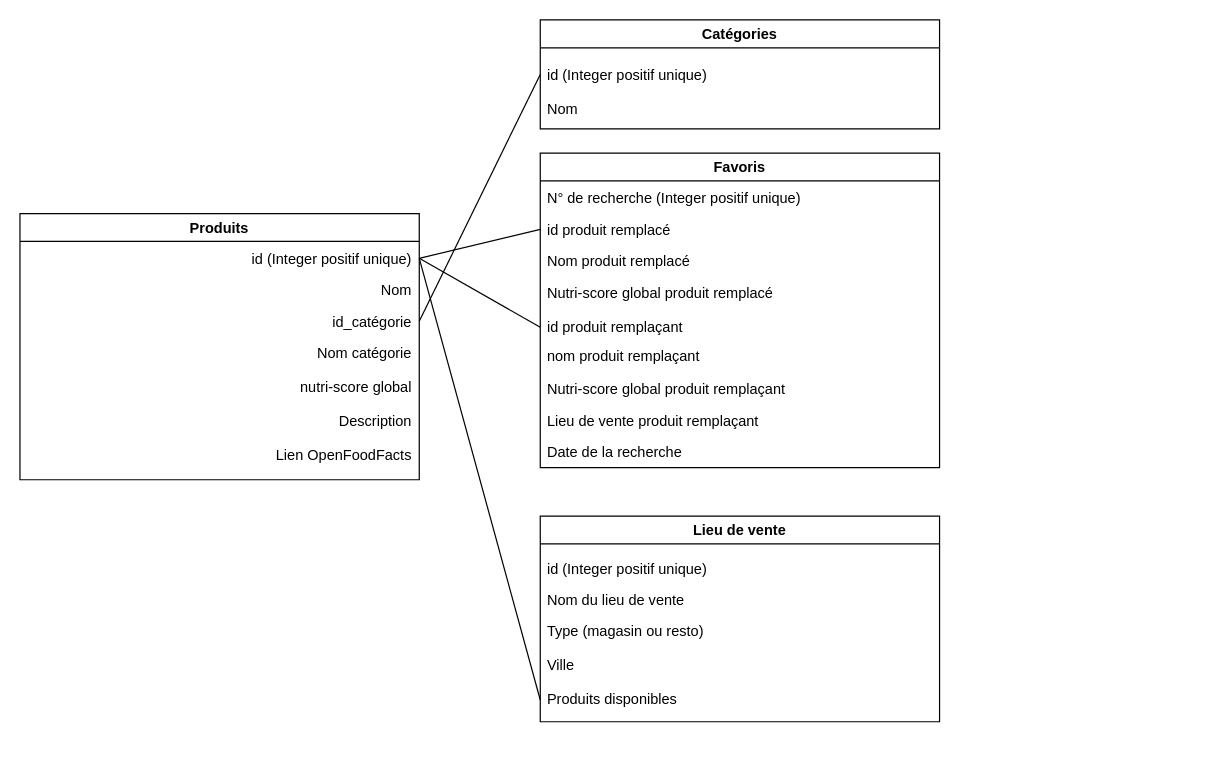
Earlier version of the draw.io diagram OrgaBDD.drawio (vicsim181/Pur_Beurre). Source tidied: cells renumbered, new cells numbered last; positions are measured from the earlier drawing's top-left corner, leaving out a move shared by most shapes. Both pictures are drawn from the tidied source at 121%, with x=0, y=0 at pixel (19, 19).
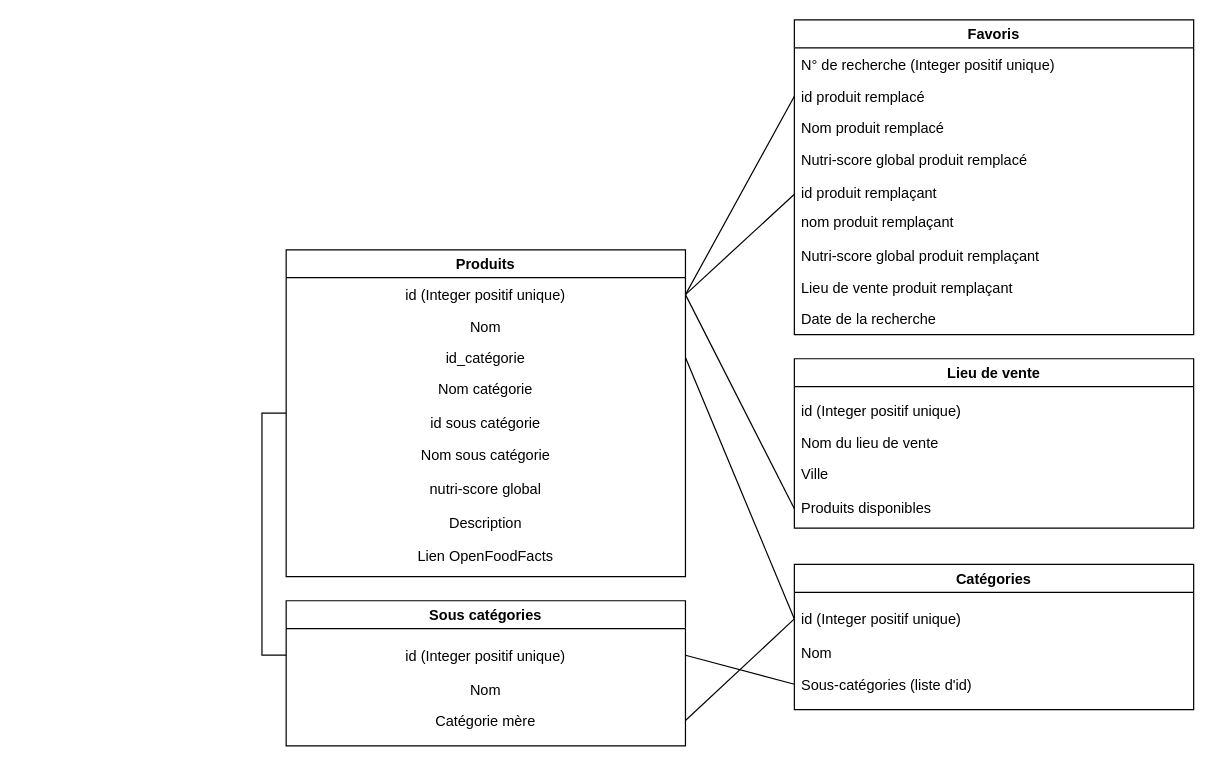
Above is the later version.

Unchanged cells that the change refers to:
```xml
<mxCell id="12" value="id (Integer positif unique)" style="text;strokeColor=none;fillColor=none;align=left;verticalAlign=top;spacingLeft=4;spacingRight=4;overflow=hidden;points=[[0,0.5],[1,0.5]];portConstraint=eastwest;" parent="10" vertex="1">
  <mxGeometry y="32" width="330" height="26" as="geometry" />
</mxCell>
```

Diff of the diagram source:
```diff
@@
     <mxCell id="2" value="Produits" style="swimlane;" parent="1" vertex="1">
-      <mxGeometry y="160" width="330" height="220" as="geometry" />
+      <mxGeometry x="220" y="190" width="330" height="270" as="geometry" />
     </mxCell>
-    <mxCell id="3" value="Nom" style="text;strokeColor=none;fillColor=none;align=right;verticalAlign=top;spacingLeft=4;spacingRight=4;overflow=hidden;" parent="2" vertex="1">
+    <mxCell id="3" value="Nom" style="text;strokeColor=none;fillColor=none;align=center;verticalAlign=top;spacingLeft=4;spacingRight=4;overflow=hidden;" parent="2" vertex="1">
       <mxGeometry y="50" width="330" height="26" as="geometry" />
     </mxCell>
-    <mxCell id="4" value="id_catégorie" style="text;strokeColor=none;fillColor=none;align=right;verticalAlign=top;spacingLeft=4;spacingRight=4;overflow=hidden;points=[[0,0.5],[1,0.5]];portConstraint=eastwest;" parent="2" vertex="1">
+    <mxCell id="4" value="id_catégorie" style="text;strokeColor=none;fillColor=none;align=center;verticalAlign=top;spacingLeft=4;spacingRight=4;overflow=hidden;points=[[0,0.5],[1,0.5]];portConstraint=eastwest;" parent="2" vertex="1">
       <mxGeometry y="76" width="330" height="26" as="geometry" />
     </mxCell>
-    <mxCell id="5" value="nutri-score global" style="text;strokeColor=none;fillColor=none;align=right;verticalAlign=top;spacingLeft=4;spacingRight=4;overflow=hidden;" parent="2" vertex="1">
-      <mxGeometry y="130" width="330" height="28" as="geometry" />
+    <mxCell id="5" value="nutri-score global" style="text;strokeColor=none;fillColor=none;align=center;verticalAlign=top;spacingLeft=4;spacingRight=4;overflow=hidden;" parent="2" vertex="1">
+      <mxGeometry y="184" width="330" height="28" as="geometry" />
     </mxCell>
-    <mxCell id="6" value="id (Integer positif unique)" style="text;strokeColor=none;fillColor=none;align=right;verticalAlign=top;spacingLeft=4;spacingRight=4;overflow=hidden;points=[[0,0.5],[1,0.5]];portConstraint=eastwest;" parent="2" vertex="1">
+    <mxCell id="6" value="id (Integer positif unique)" style="text;strokeColor=none;fillColor=none;align=center;verticalAlign=top;spacingLeft=4;spacingRight=4;overflow=hidden;points=[[0,0.5],[1,0.5]];portConstraint=eastwest;" parent="2" vertex="1">
       <mxGeometry y="24" width="330" height="26" as="geometry" />
     </mxCell>
-    <mxCell id="7" value="Nom catégorie" style="text;strokeColor=none;fillColor=none;align=right;verticalAlign=top;spacingLeft=4;spacingRight=4;overflow=hidden;" parent="2" vertex="1">
+    <mxCell id="7" value="Nom catégorie" style="text;strokeColor=none;fillColor=none;align=center;verticalAlign=top;spacingLeft=4;spacingRight=4;overflow=hidden;" parent="2" vertex="1">
       <mxGeometry y="102" width="330" height="28" as="geometry" />
     </mxCell>
-    <mxCell id="8" value="Description" style="text;strokeColor=none;fillColor=none;align=right;verticalAlign=top;spacingLeft=4;spacingRight=4;overflow=hidden;" parent="2" vertex="1">
-      <mxGeometry y="158" width="330" height="28" as="geometry" />
+    <mxCell id="8" value="Description" style="text;strokeColor=none;fillColor=none;align=center;verticalAlign=top;spacingLeft=4;spacingRight=4;overflow=hidden;" parent="2" vertex="1">
+      <mxGeometry y="212" width="330" height="28" as="geometry" />
     </mxCell>
-    <mxCell id="9" value="Lien OpenFoodFacts" style="text;strokeColor=none;fillColor=none;align=right;verticalAlign=top;spacingLeft=4;spacingRight=4;overflow=hidden;" parent="2" vertex="1">
-      <mxGeometry y="186" width="330" height="28" as="geometry" />
+    <mxCell id="9" value="Lien OpenFoodFacts" style="text;strokeColor=none;fillColor=none;align=center;verticalAlign=top;spacingLeft=4;spacingRight=4;overflow=hidden;" parent="2" vertex="1">
+      <mxGeometry y="240" width="330" height="28" as="geometry" />
     </mxCell>
+    <mxCell id="33" value="id sous catégorie" style="text;strokeColor=none;fillColor=none;align=center;verticalAlign=top;spacingLeft=4;spacingRight=4;overflow=hidden;" parent="2" vertex="1">
+      <mxGeometry y="130" width="330" height="26" as="geometry" />
+    </mxCell>
+    <mxCell id="34" value="Nom sous catégorie" style="text;strokeColor=none;fillColor=none;align=center;verticalAlign=top;spacingLeft=4;spacingRight=4;overflow=hidden;" parent="2" vertex="1">
+      <mxGeometry y="156" width="330" height="28" as="geometry" />
+    </mxCell>
     <mxCell id="10" value="Catégories" style="swimlane;" parent="1" vertex="1">
-      <mxGeometry x="430" width="330" height="90" as="geometry" />
+      <mxGeometry x="640" y="450" width="330" height="120" as="geometry" />
     </mxCell>
@@
+    <mxCell id="35" value="Sous-catégories (liste d'id)" style="text;strokeColor=none;fillColor=none;align=left;verticalAlign=top;spacingLeft=4;spacingRight=4;overflow=hidden;points=[[0,0.5],[1,0.5]];portConstraint=eastwest;" parent="10" vertex="1">
+      <mxGeometry y="86" width="330" height="26" as="geometry" />
+    </mxCell>
     <mxCell id="13" value="Lieu de vente" style="swimlane;" parent="1" vertex="1">
-      <mxGeometry x="430" y="410" width="330" height="170" as="geometry" />
+      <mxGeometry x="640" y="280" width="330" height="140" as="geometry" />
     </mxCell>
@@
-    <mxCell id="15" value="Type (magasin ou resto)" style="text;strokeColor=none;fillColor=none;align=left;verticalAlign=top;spacingLeft=4;spacingRight=4;overflow=hidden;" parent="13" vertex="1">
-      <mxGeometry y="82" width="330" height="28" as="geometry" />
-    </mxCell>
@@
     <mxCell id="17" value="Ville" style="text;strokeColor=none;fillColor=none;align=left;verticalAlign=top;spacingLeft=4;spacingRight=4;overflow=hidden;" parent="13" vertex="1">
-      <mxGeometry y="110" width="330" height="28" as="geometry" />
+      <mxGeometry y="82" width="330" height="28" as="geometry" />
     </mxCell>
     <mxCell id="18" value="Produits disponibles" style="text;strokeColor=none;fillColor=none;align=left;verticalAlign=top;spacingLeft=4;spacingRight=4;overflow=hidden;points=[[0,0.5],[1,0.5]];portConstraint=eastwest;" parent="13" vertex="1">
-      <mxGeometry y="138" width="330" height="28" as="geometry" />
+      <mxGeometry y="110" width="330" height="28" as="geometry" />
     </mxCell>
     <mxCell id="19" value="Favoris" style="swimlane;" parent="1" vertex="1">
-      <mxGeometry x="430" y="110" width="330" height="260" as="geometry" />
+      <mxGeometry x="640" width="330" height="260" as="geometry" />
     </mxCell>
@@
+    <mxCell id="36" value="Sous catégories" style="swimlane;" parent="1" vertex="1">
+      <mxGeometry x="220" y="480" width="330" height="120" as="geometry" />
+    </mxCell>
+    <mxCell id="37" value="Nom" style="text;strokeColor=none;fillColor=none;align=center;verticalAlign=top;spacingLeft=4;spacingRight=4;overflow=hidden;" parent="36" vertex="1">
+      <mxGeometry y="60" width="330" height="26" as="geometry" />
+    </mxCell>
+    <mxCell id="38" value="id (Integer positif unique)" style="text;strokeColor=none;fillColor=none;align=center;verticalAlign=top;spacingLeft=4;spacingRight=4;overflow=hidden;points=[[0,0.5],[1,0.5]];portConstraint=eastwest;" parent="36" vertex="1">
+      <mxGeometry y="32" width="330" height="26" as="geometry" />
+    </mxCell>
+    <mxCell id="39" value="Catégorie mère" style="text;strokeColor=none;fillColor=none;align=center;verticalAlign=top;spacingLeft=4;spacingRight=4;overflow=hidden;points=[[0,0.5],[1,0.5]];portConstraint=eastwest;" parent="36" vertex="1">
+      <mxGeometry y="86" width="330" height="26" as="geometry" />
+    </mxCell>
+    <mxCell id="40" style="rounded=0;jettySize=auto;html=1;endArrow=none;endFill=0;exitX=1;exitY=0.5;exitDx=0;exitDy=0;entryX=0;entryY=0.5;entryDx=0;entryDy=0;" parent="1" edge="1" source="38" target="35">
+      <mxGeometry relative="1" as="geometry" />
+    </mxCell>
+    <mxCell id="41" style="edgeStyle=none;rounded=0;jettySize=auto;html=1;entryX=0;entryY=0.5;entryDx=0;entryDy=0;endArrow=none;endFill=0;exitX=1;exitY=0.5;exitDx=0;exitDy=0;" parent="1" edge="1" source="39" target="12">
+      <mxGeometry relative="1" as="geometry" />
+    </mxCell>
+    <mxCell id="42" style="rounded=0;jettySize=auto;html=1;endArrow=none;endFill=0;exitX=0;exitY=0.5;exitDx=0;exitDy=0;entryX=0;entryY=0.5;entryDx=0;entryDy=0;edgeStyle=orthogonalEdgeStyle;" parent="1" edge="1" source="2" target="38">
+      <mxGeometry relative="1" as="geometry" />
+    </mxCell>
```
